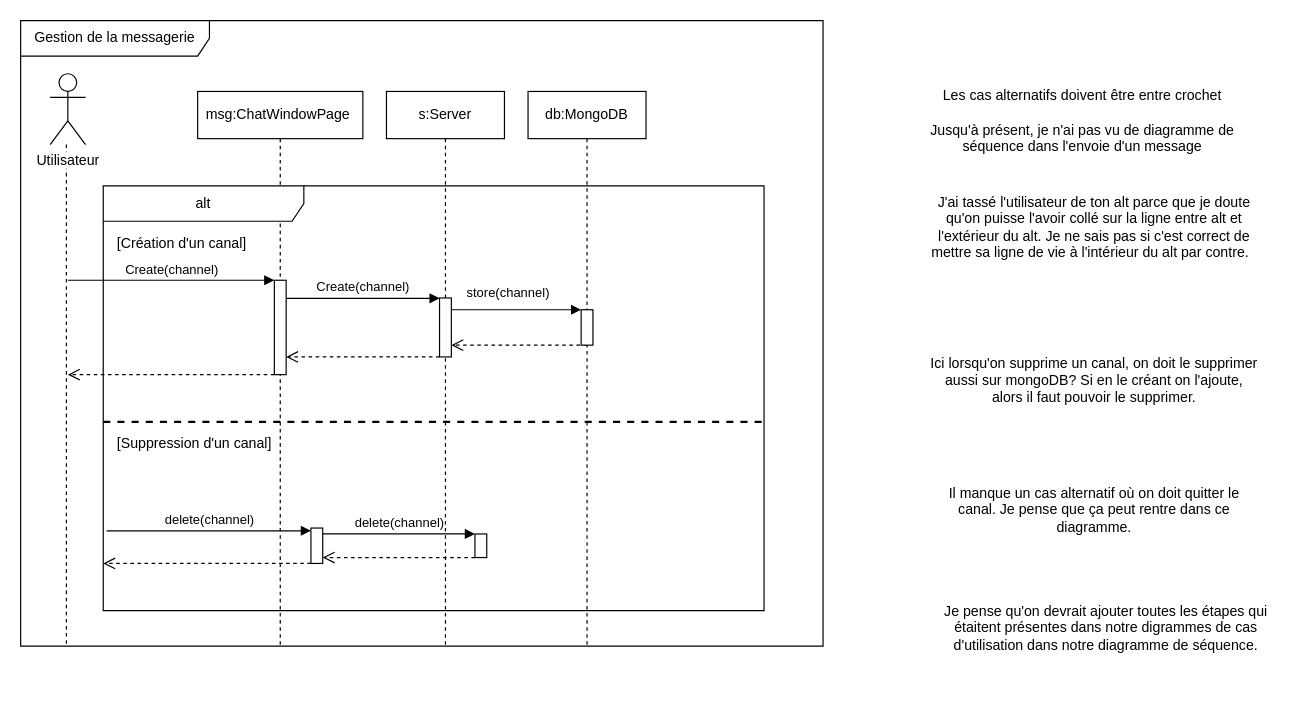
Earlier version of the draw.io diagram page "diagramme_seq_gestionChat" (2 of 10) of doc/diagrammes.drawio (margielamob/Cherches-Trouves-Gagnes). Source tidied: cells renumbered, new cells numbered last; positions are measured from the earlier drawing's top-left corner, leaving out a move shared by most shapes. Both pictures are drawn from the tidied source at 118%, with x=0, y=0 at pixel (20, 20).
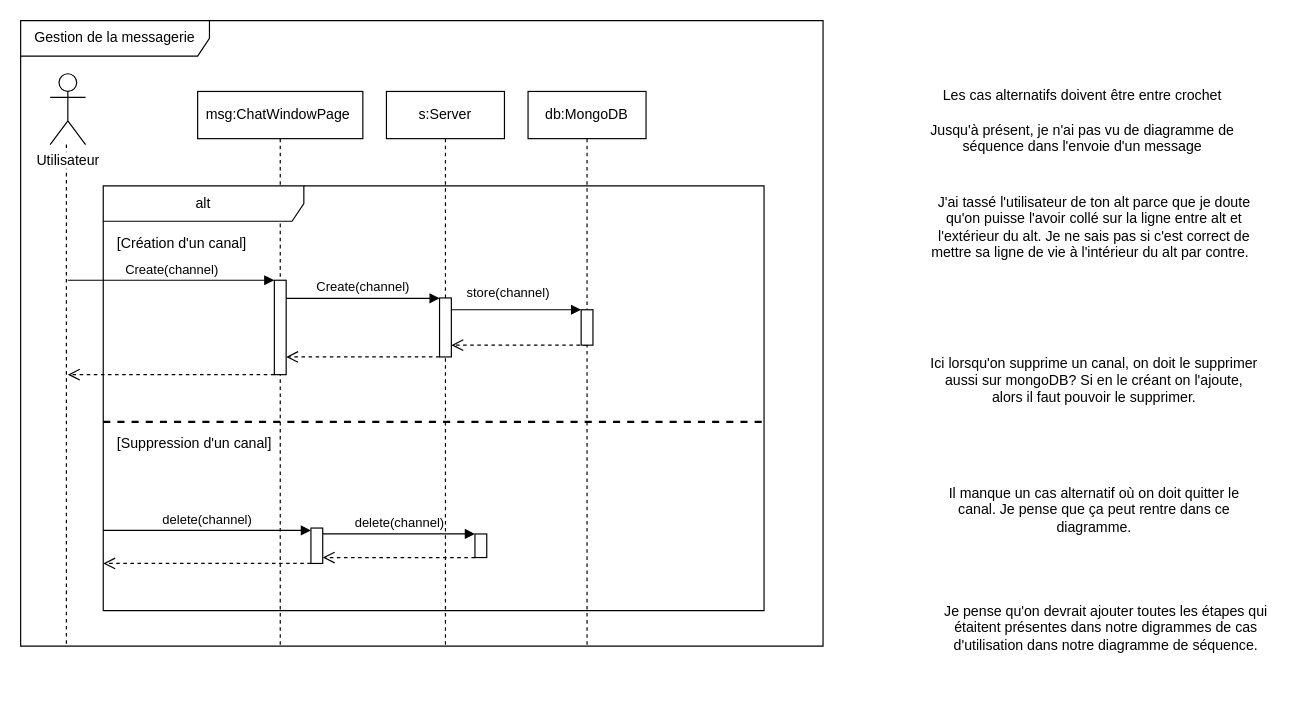
After the change.

Unchanged cells that the change refers to:
```xml
<mxCell id="11" value="alt" style="shape=umlFrame;whiteSpace=wrap;html=1;width=170;" parent="2" vertex="1">
  <mxGeometry x="70" y="140" width="560" height="360" as="geometry" />
</mxCell>
<mxCell id="15" style="html=1;points=[[0,0,0,0,5],[0,1,0,0,-5],[1,0,0,0,5],[1,1,0,0,-5]];perimeter=orthogonalPerimeter;outlineConnect=0;targetShapes=umlLifeline;portConstraint=eastwest;newEdgeStyle={&quot;curved&quot;:0,&quot;rounded&quot;:0};" parent="11" vertex="1">
  <mxGeometry x="176" y="290" width="10" height="30" as="geometry" />
</mxCell>
```

Change to the diagram source:
```diff
@@
-    <mxCell id="16" value="delete(channel)" style="html=1;verticalAlign=bottom;endArrow=block;curved=0;rounded=0;exitX=0.005;exitY=0.812;exitDx=0;exitDy=0;exitPerimeter=0;" parent="11" edge="1" source="11" target="15">
-      <mxGeometry relative="1" as="geometry" />
+    <mxCell id="16" value="delete(channel)" style="html=1;verticalAlign=bottom;endArrow=block;curved=0;rounded=0;" parent="11" edge="1" target="15">
+      <mxGeometry relative="1" as="geometry">
+        <mxPoint y="292" as="sourcePoint" />
+      </mxGeometry>
     </mxCell>
```
